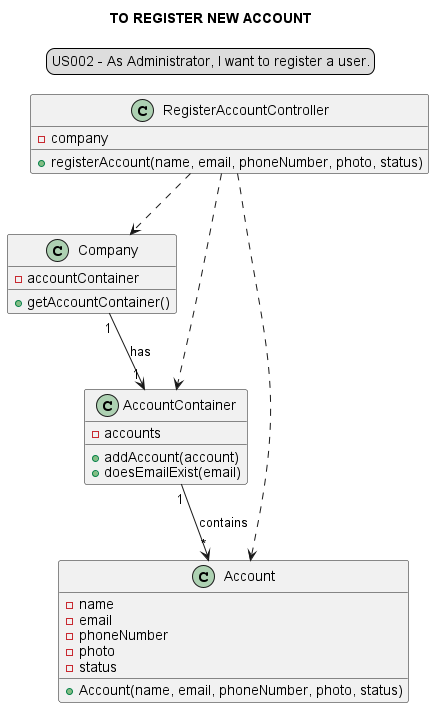
The PlantUML diagram docs/modelling_design/user_stories/us002/US002_classDiagram.png in Loracline/project_switch_22-23, before a commit. Source of this version:
```plantuml
@startuml

skinparam sequenceMessageAlign center
title TO REGISTER NEW ACCOUNT
legend top
US002 - As Administrator, I want to register a user.
end legend

class "RegisterAccountController" {
-company
+registerAccount(name, email, phoneNumber, photo, status)
}

class "Company" {
-accountContainer
+getAccountContainer()
}

class "AccountContainer"{
-accounts
+addAccount(account)
+doesEmailExist(email)
}

class "Account" {
-name
-email
-phoneNumber
-photo
-status
+Account(name, email, phoneNumber, photo, status)
}

"RegisterAccountController" ..>  "Company"
"RegisterAccountController" ..> "Account"
"RegisterAccountController" ..> "AccountContainer"
"Company" "1"-->"1" "AccountContainer": has
"AccountContainer" "1"-->"*" "Account": contains

@enduml
```
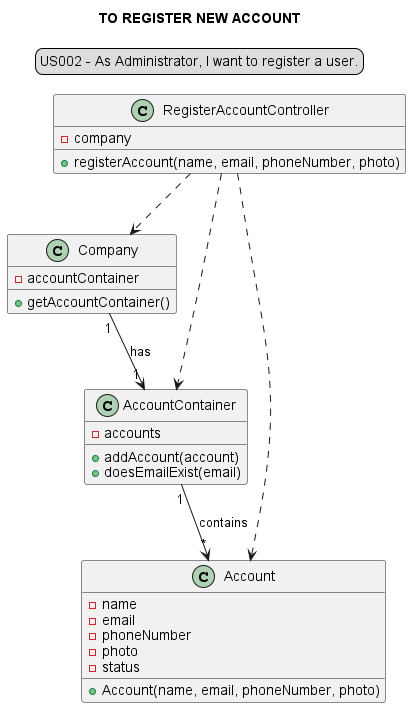
After the commit.

Commit message:
UC Diagram | SD 001/002 | status predefined as "Active" and not passed by parameter | refinement (naming)

What changed in the source:
```diff
@@ -8,7 +8,7 @@
 
 class "RegisterAccountController" {
 -company
-+registerAccount(name, email, phoneNumber, photo, status)
++registerAccount(name, email, phoneNumber, photo)
 }
 
 class "Company" {
@@ -28,7 +28,7 @@
 -phoneNumber
 -photo
 -status
-+Account(name, email, phoneNumber, photo, status)
++Account(name, email, phoneNumber, photo)
 }
 
 "RegisterAccountController" ..>  "Company"
```
